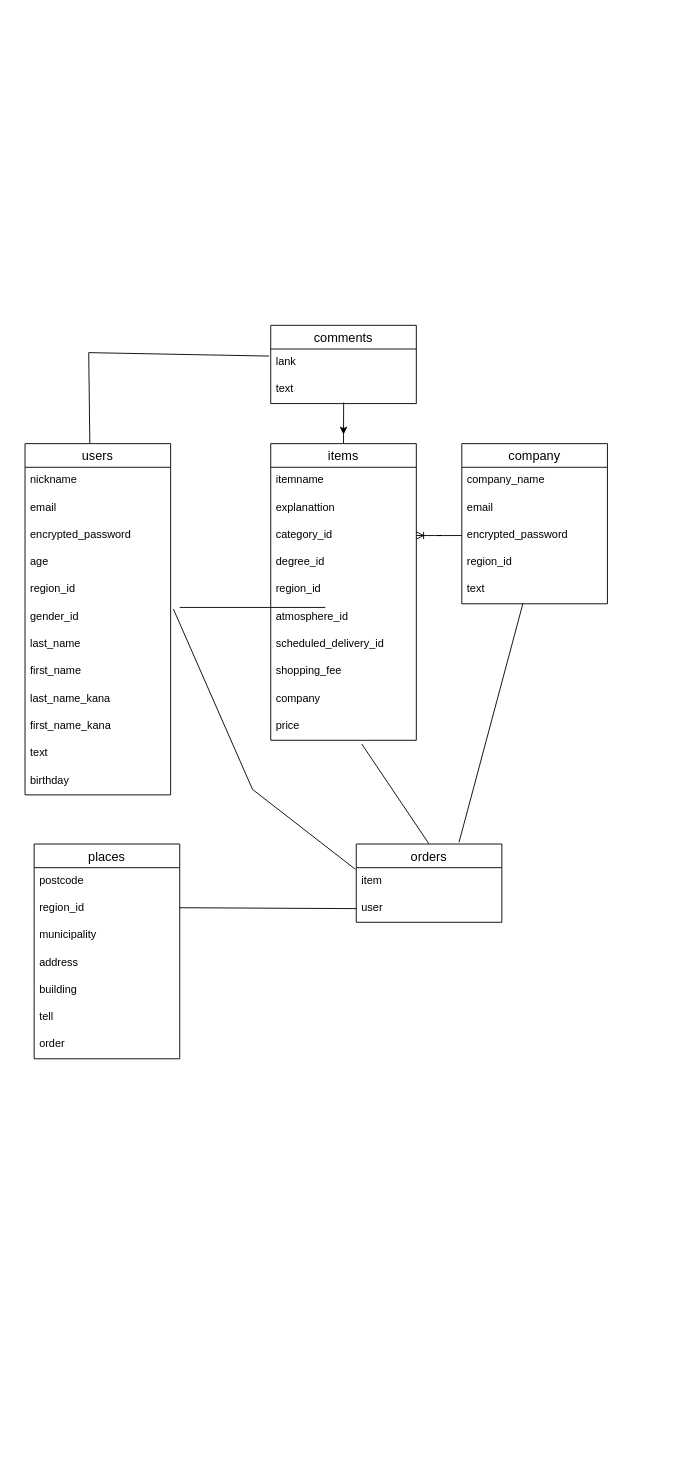
This is test.dio from marugit28/original, a draw.io file, before an edit. Source tidied: cells renumbered, new cells numbered last; positions are measured from the earlier drawing's top-left corner, leaving out a move shared by most shapes. Both pictures are drawn from the tidied source at 91%, with x=0, y=0 at pixel (25, 325).
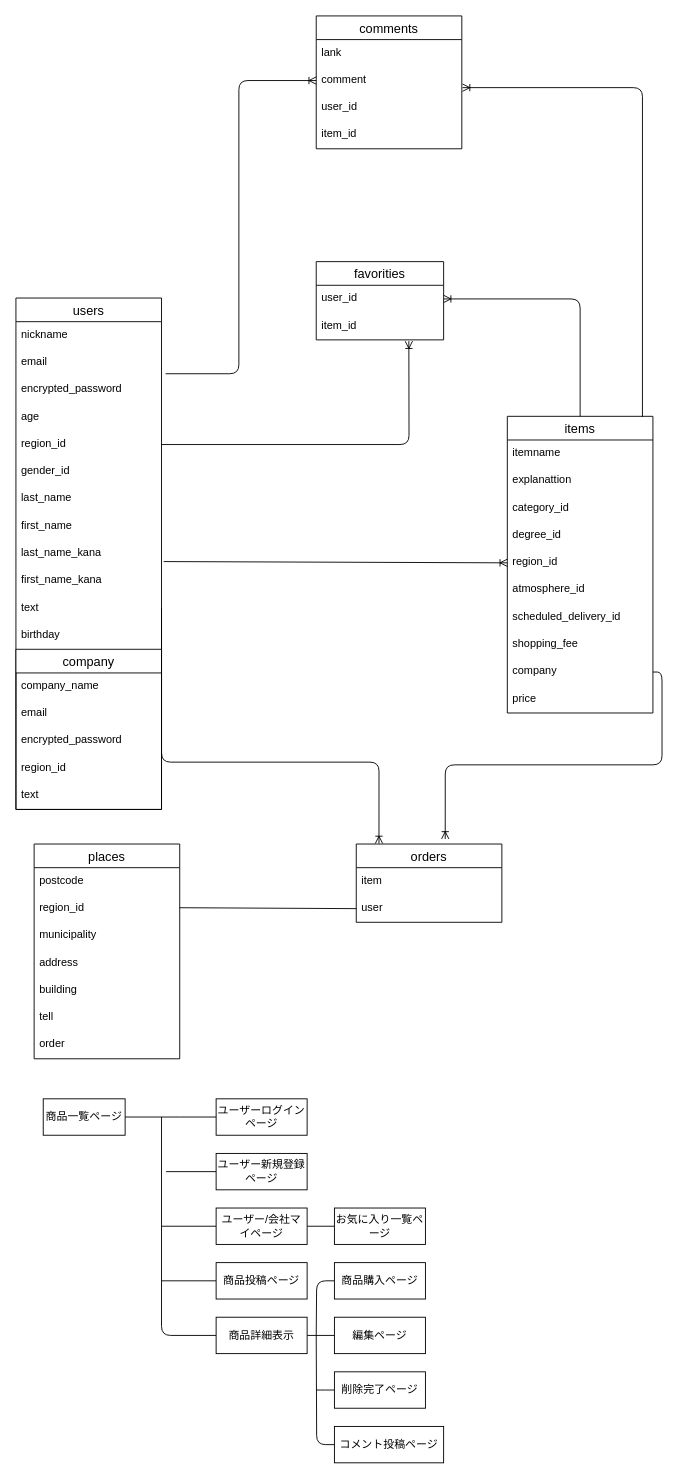
After the change.

Unchanged cells that the change refers to:
```xml
<mxCell id="6" value="category_id" style="text;strokeColor=none;fillColor=none;spacingLeft=4;spacingRight=4;overflow=hidden;points=[[0,0.5],[1,0.5]];portConstraint=eastwest;fontSize=12;" parent="3" vertex="1">
  <mxGeometry y="86" width="160" height="30" as="geometry" />
</mxCell>
<mxCell id="8" value="region_id" style="text;strokeColor=none;fillColor=none;spacingLeft=4;spacingRight=4;overflow=hidden;points=[[0,0.5],[1,0.5]];portConstraint=eastwest;fontSize=12;" parent="3" vertex="1">
  <mxGeometry y="146" width="160" height="30" as="geometry" />
</mxCell>
<mxCell id="12" value="company" style="text;strokeColor=none;fillColor=none;spacingLeft=4;spacingRight=4;overflow=hidden;points=[[0,0.5],[1,0.5]];portConstraint=eastwest;fontSize=12;" parent="3" vertex="1">
  <mxGeometry y="266" width="160" height="30" as="geometry" />
</mxCell>
<mxCell id="13" value="price" style="text;strokeColor=none;fillColor=none;spacingLeft=4;spacingRight=4;overflow=hidden;points=[[0,0.5],[1,0.5]];portConstraint=eastwest;fontSize=12;" parent="3" vertex="1">
  <mxGeometry y="296" width="160" height="30" as="geometry" />
</mxCell>
<mxCell id="24" value="email" style="text;strokeColor=none;fillColor=none;spacingLeft=4;spacingRight=4;overflow=hidden;points=[[0,0.5],[1,0.5]];portConstraint=eastwest;fontSize=12;" parent="22" vertex="1">
  <mxGeometry y="56" width="160" height="30" as="geometry" />
</mxCell>
<mxCell id="27" value="region_id&#10;" style="text;strokeColor=none;fillColor=none;spacingLeft=4;spacingRight=4;overflow=hidden;points=[[0,0.5],[1,0.5]];portConstraint=eastwest;fontSize=12;" parent="22" vertex="1">
  <mxGeometry y="146" width="160" height="30" as="geometry" />
</mxCell>
<mxCell id="28" value="gender_id" style="text;strokeColor=none;fillColor=none;spacingLeft=4;spacingRight=4;overflow=hidden;points=[[0,0.5],[1,0.5]];portConstraint=eastwest;fontSize=12;" parent="22" vertex="1">
  <mxGeometry y="176" width="160" height="30" as="geometry" />
</mxCell>
<mxCell id="31" value="last_name_kana" style="text;strokeColor=none;fillColor=none;spacingLeft=4;spacingRight=4;overflow=hidden;points=[[0,0.5],[1,0.5]];portConstraint=eastwest;fontSize=12;" parent="22" vertex="1">
  <mxGeometry y="266" width="160" height="30" as="geometry" />
</mxCell>
<mxCell id="33" value="text" style="text;strokeColor=none;fillColor=none;spacingLeft=4;spacingRight=4;overflow=hidden;points=[[0,0.5],[1,0.5]];portConstraint=eastwest;fontSize=12;" parent="22" vertex="1">
  <mxGeometry y="326" width="160" height="30" as="geometry" />
</mxCell>
<mxCell id="41" value="encrypted_password" style="text;strokeColor=none;fillColor=none;spacingLeft=4;spacingRight=4;overflow=hidden;points=[[0,0.5],[1,0.5]];portConstraint=eastwest;fontSize=12;" parent="38" vertex="1">
  <mxGeometry y="86" width="160" height="30" as="geometry" />
</mxCell>
<mxCell id="43" value="text" style="text;strokeColor=none;fillColor=none;spacingLeft=4;spacingRight=4;overflow=hidden;points=[[0,0.5],[1,0.5]];portConstraint=eastwest;fontSize=12;" parent="38" vertex="1">
  <mxGeometry y="146" width="160" height="30" as="geometry" />
</mxCell>
<mxCell id="50" value="lank" style="text;strokeColor=none;fillColor=none;spacingLeft=4;spacingRight=4;overflow=hidden;points=[[0,0.5],[1,0.5]];portConstraint=eastwest;fontSize=12;" parent="49" vertex="1">
  <mxGeometry y="26" width="160" height="30" as="geometry" />
</mxCell>
```

Diff of the diagram source:
```diff
@@
-    <mxCell id="2" style="edgeStyle=none;html=1;" parent="1" edge="1" source="3">
-      <mxGeometry relative="1" as="geometry">
-        <mxPoint x="350" y="120" as="targetPoint" />
-        <Array as="points">
-          <mxPoint x="350" y="110" />
-        </Array>
-      </mxGeometry>
-    </mxCell>
     <mxCell id="3" value="items" style="swimlane;fontStyle=0;horizontal=1;startSize=26;align=center;fontSize=14;" parent="1" vertex="1">
-      <mxGeometry x="270" y="130" width="160" height="326" as="geometry" />
+      <mxGeometry x="530" y="100" width="160" height="326" as="geometry" />
     </mxCell>
@@
     <mxCell id="22" value="users" style="swimlane;fontStyle=0;horizontal=1;startSize=26;align=center;fontSize=14;" parent="1" vertex="1">
-      <mxGeometry y="130" width="160" height="386" as="geometry" />
+      <mxGeometry x="-10" y="-30" width="160" height="562" as="geometry" />
     </mxCell>
@@
-    <mxCell id="35" value="orders" style="swimlane;fontStyle=0;horizontal=1;startSize=26;align=center;fontSize=14;" parent="1" vertex="1">
-      <mxGeometry x="364" y="570" width="160" height="86" as="geometry" />
-    </mxCell>
-    <mxCell id="36" value="item" style="text;strokeColor=none;fillColor=none;spacingLeft=4;spacingRight=4;overflow=hidden;points=[[0,0.5],[1,0.5]];portConstraint=eastwest;fontSize=12;" parent="35" vertex="1">
-      <mxGeometry y="26" width="160" height="30" as="geometry" />
-    </mxCell>
-    <mxCell id="37" value="user" style="text;strokeColor=none;fillColor=none;spacingLeft=4;spacingRight=4;overflow=hidden;points=[[0,0.5],[1,0.5]];portConstraint=eastwest;fontSize=12;" parent="35" vertex="1">
-      <mxGeometry y="56" width="160" height="30" as="geometry" />
-    </mxCell>
-    <mxCell id="38" value="company" style="swimlane;fontStyle=0;horizontal=1;startSize=26;align=center;fontSize=14;" parent="1" vertex="1">
-      <mxGeometry x="480" y="130" width="160" height="176" as="geometry" />
+    <mxCell id="38" value="company" style="swimlane;fontStyle=0;horizontal=1;startSize=26;align=center;fontSize=14;" parent="22" vertex="1">
+      <mxGeometry y="386" width="160" height="176" as="geometry" />
     </mxCell>
@@
+    <mxCell id="35" value="orders" style="swimlane;fontStyle=0;horizontal=1;startSize=26;align=center;fontSize=14;" parent="1" vertex="1">
+      <mxGeometry x="364" y="570" width="160" height="86" as="geometry" />
+    </mxCell>
+    <mxCell id="36" value="item" style="text;strokeColor=none;fillColor=none;spacingLeft=4;spacingRight=4;overflow=hidden;points=[[0,0.5],[1,0.5]];portConstraint=eastwest;fontSize=12;" parent="35" vertex="1">
+      <mxGeometry y="26" width="160" height="30" as="geometry" />
+    </mxCell>
+    <mxCell id="37" value="user" style="text;strokeColor=none;fillColor=none;spacingLeft=4;spacingRight=4;overflow=hidden;points=[[0,0.5],[1,0.5]];portConstraint=eastwest;fontSize=12;" parent="35" vertex="1">
+      <mxGeometry y="56" width="160" height="30" as="geometry" />
+    </mxCell>
-    <mxCell id="44" style="edgeStyle=entityRelationEdgeStyle;fontSize=12;html=1;endArrow=ERoneToMany;exitX=0;exitY=0.5;exitDx=0;exitDy=0;entryX=1;entryY=0.5;entryDx=0;entryDy=0;" parent="1" edge="1" source="41" target="6">
+    <mxCell id="44" style="fontSize=12;html=1;endArrow=ERoneToMany;exitX=1.015;exitY=0.787;exitDx=0;exitDy=0;entryX=0;entryY=0.5;entryDx=0;entryDy=0;exitPerimeter=0;" parent="1" edge="1" source="31" target="8">
       <mxGeometry relative="1" as="geometry" />
     </mxCell>
@@
-    <mxCell id="46" style="endArrow=none;html=1;rounded=0;entryX=0.5;entryY=0;entryDx=0;entryDy=0;exitX=0.625;exitY=1.133;exitDx=0;exitDy=0;exitPerimeter=0;" parent="1" edge="1" source="13" target="35">
-      <mxGeometry relative="1" as="geometry" />
-    </mxCell>
-    <mxCell id="47" style="endArrow=none;html=1;rounded=0;exitX=1.019;exitY=0.193;exitDx=0;exitDy=0;exitPerimeter=0;entryX=-0.006;entryY=0.06;entryDx=0;entryDy=0;entryPerimeter=0;" parent="1" edge="1" source="28" target="36">
-      <mxGeometry relative="1" as="geometry">
-        <Array as="points">
-          <mxPoint x="250" y="510" />
-        </Array>
-      </mxGeometry>
-    </mxCell>
-    <mxCell id="48" style="endArrow=none;html=1;rounded=0;exitX=0.419;exitY=1;exitDx=0;exitDy=0;exitPerimeter=0;entryX=0.706;entryY=-0.023;entryDx=0;entryDy=0;entryPerimeter=0;" parent="1" edge="1" source="43" target="35">
-      <mxGeometry relative="1" as="geometry" />
-    </mxCell>
     <mxCell id="49" value="comments" style="swimlane;fontStyle=0;horizontal=1;startSize=26;align=center;fontSize=14;" parent="1" vertex="1">
-      <mxGeometry x="270" width="160" height="86" as="geometry" />
+      <mxGeometry x="320" y="-340" width="160" height="146" as="geometry" />
     </mxCell>
@@
-    <mxCell id="51" value="text" style="text;strokeColor=none;fillColor=none;spacingLeft=4;spacingRight=4;overflow=hidden;points=[[0,0.5],[1,0.5]];portConstraint=eastwest;fontSize=12;" parent="49" vertex="1">
+    <mxCell id="51" value="comment" style="text;strokeColor=none;fillColor=none;spacingLeft=4;spacingRight=4;overflow=hidden;points=[[0,0.5],[1,0.5]];portConstraint=eastwest;fontSize=12;" parent="49" vertex="1">
       <mxGeometry y="56" width="160" height="30" as="geometry" />
     </mxCell>
-    <mxCell id="52" style="endArrow=none;html=1;rounded=0;" parent="1" edge="1">
-      <mxGeometry relative="1" as="geometry">
-        <mxPoint x="170" y="310" as="sourcePoint" />
-        <mxPoint x="330" y="310" as="targetPoint" />
-      </mxGeometry>
-    </mxCell>
-    <mxCell id="53" style="endArrow=none;html=1;rounded=0;exitX=0.445;exitY=-0.001;exitDx=0;exitDy=0;exitPerimeter=0;entryX=-0.011;entryY=0.26;entryDx=0;entryDy=0;entryPerimeter=0;" parent="1" edge="1" source="22" target="50">
-      <mxGeometry relative="1" as="geometry">
-        <Array as="points">
-          <mxPoint x="70" y="30" />
-        </Array>
-      </mxGeometry>
-    </mxCell>
-    <mxCell id="54" style="endArrow=none;html=1;rounded=0;exitX=0.501;exitY=0.96;exitDx=0;exitDy=0;exitPerimeter=0;" parent="1" edge="1" source="51">
-      <mxGeometry relative="1" as="geometry">
-        <mxPoint x="350" y="120" as="targetPoint" />
-      </mxGeometry>
-    </mxCell>
+    <mxCell id="55" value="user_id" style="text;strokeColor=none;fillColor=none;spacingLeft=4;spacingRight=4;overflow=hidden;fontSize=12;" parent="49" vertex="1">
+      <mxGeometry y="86" width="160" height="30" as="geometry" />
+    </mxCell>
+    <mxCell id="56" value="item_id" style="text;strokeColor=none;fillColor=none;spacingLeft=4;spacingRight=4;overflow=hidden;fontSize=12;" parent="49" vertex="1">
+      <mxGeometry y="116" width="160" height="30" as="geometry" />
+    </mxCell>
+    <mxCell id="57" style="fontSize=12;html=1;endArrow=ERoneToMany;entryX=0;entryY=0.5;entryDx=0;entryDy=0;edgeStyle=orthogonalEdgeStyle;exitX=1.028;exitY=0.907;exitDx=0;exitDy=0;exitPerimeter=0;" parent="1" edge="1" source="24" target="51">
+      <mxGeometry relative="1" as="geometry" />
+    </mxCell>
+    <mxCell id="58" style="fontSize=12;html=1;endArrow=ERoneToMany;exitX=0.928;exitY=0.002;exitDx=0;exitDy=0;exitPerimeter=0;entryX=1.005;entryY=0.76;entryDx=0;entryDy=0;entryPerimeter=0;edgeStyle=orthogonalEdgeStyle;" parent="1" edge="1" source="3" target="51">
+      <mxGeometry relative="1" as="geometry" />
+    </mxCell>
+    <mxCell id="59" style="fontSize=12;html=1;endArrow=ERoneToMany;exitX=1;exitY=0.5;exitDx=0;exitDy=0;edgeStyle=orthogonalEdgeStyle;entryX=0.156;entryY=-0.007;entryDx=0;entryDy=0;entryPerimeter=0;" parent="1" edge="1" source="33" target="35">
+      <mxGeometry relative="1" as="geometry">
+        <Array as="points">
+          <mxPoint x="150" y="480" />
+          <mxPoint x="389" y="480" />
+        </Array>
+      </mxGeometry>
+    </mxCell>
+    <mxCell id="60" style="fontSize=12;html=1;endArrow=ERoneToMany;exitX=1;exitY=0.5;exitDx=0;exitDy=0;entryX=0.611;entryY=-0.065;entryDx=0;entryDy=0;entryPerimeter=0;edgeStyle=orthogonalEdgeStyle;" parent="1" edge="1" source="12" target="35">
+      <mxGeometry relative="1" as="geometry" />
+    </mxCell>
+    <mxCell id="61" style="edgeStyle=orthogonalEdgeStyle;html=1;startArrow=none;startFill=0;endArrow=none;endFill=0;exitX=0;exitY=0.5;exitDx=0;exitDy=0;" parent="1" edge="1" source="62">
+      <mxGeometry relative="1" as="geometry">
+        <mxPoint x="320" y="1110" as="targetPoint" />
+      </mxGeometry>
+    </mxCell>
+    <mxCell id="62" value="商品購入ページ" style="whiteSpace=wrap;html=1;align=center;" parent="1" vertex="1">
+      <mxGeometry x="340" y="1030" width="100" height="40" as="geometry" />
+    </mxCell>
+    <mxCell id="63" style="edgeStyle=orthogonalEdgeStyle;html=1;startArrow=none;startFill=0;endArrow=none;endFill=0;" parent="1" edge="1" source="64">
+      <mxGeometry relative="1" as="geometry">
+        <mxPoint x="320" y="1110" as="targetPoint" />
+      </mxGeometry>
+    </mxCell>
+    <mxCell id="64" value="コメント投稿ページ" style="whiteSpace=wrap;html=1;align=center;" parent="1" vertex="1">
+      <mxGeometry x="340" y="1210" width="120" height="40" as="geometry" />
+    </mxCell>
+    <mxCell id="65" style="edgeStyle=orthogonalEdgeStyle;html=1;exitX=0;exitY=0.5;exitDx=0;exitDy=0;startArrow=none;startFill=0;endArrow=none;endFill=0;" parent="1" edge="1" source="66">
+      <mxGeometry relative="1" as="geometry">
+        <mxPoint x="320" y="1170" as="targetPoint" />
+      </mxGeometry>
+    </mxCell>
+    <mxCell id="66" value="削除完了ページ" style="whiteSpace=wrap;html=1;align=center;" parent="1" vertex="1">
+      <mxGeometry x="340" y="1150" width="100" height="40" as="geometry" />
+    </mxCell>
+    <mxCell id="67" style="edgeStyle=none;html=1;entryX=1;entryY=0.5;entryDx=0;entryDy=0;startArrow=none;startFill=0;endArrow=none;endFill=0;" parent="1" edge="1" source="68" target="77">
+      <mxGeometry relative="1" as="geometry" />
+    </mxCell>
+    <mxCell id="68" value="編集ページ" style="whiteSpace=wrap;html=1;align=center;" parent="1" vertex="1">
+      <mxGeometry x="340" y="1090" width="100" height="40" as="geometry" />
+    </mxCell>
+    <mxCell id="69" style="edgeStyle=none;html=1;entryX=1;entryY=0.5;entryDx=0;entryDy=0;startArrow=none;startFill=0;endArrow=none;endFill=0;" parent="1" edge="1" source="70" target="72">
+      <mxGeometry relative="1" as="geometry" />
+    </mxCell>
+    <mxCell id="70" value="お気に入り一覧ページ" style="whiteSpace=wrap;html=1;align=center;" parent="1" vertex="1">
+      <mxGeometry x="340" y="970" width="100" height="40" as="geometry" />
+    </mxCell>
+    <mxCell id="71" style="edgeStyle=none;html=1;startArrow=none;startFill=0;endArrow=none;endFill=0;" parent="1" edge="1" source="72">
+      <mxGeometry relative="1" as="geometry">
+        <mxPoint x="150" y="990" as="targetPoint" />
+      </mxGeometry>
+    </mxCell>
+    <mxCell id="72" value="ユーザー/会社マイページ" style="whiteSpace=wrap;html=1;align=center;" parent="1" vertex="1">
+      <mxGeometry x="210" y="970" width="100" height="40" as="geometry" />
+    </mxCell>
+    <mxCell id="73" style="edgeStyle=none;html=1;entryX=0.75;entryY=0;entryDx=0;entryDy=0;startArrow=none;startFill=0;endArrow=none;endFill=0;" parent="1" edge="1" source="74">
+      <mxGeometry relative="1" as="geometry">
+        <mxPoint x="155" y="930" as="targetPoint" />
+      </mxGeometry>
+    </mxCell>
+    <mxCell id="74" value="ユーザー新規登録ページ" style="whiteSpace=wrap;html=1;align=center;" parent="1" vertex="1">
+      <mxGeometry x="210" y="910" width="100" height="40" as="geometry" />
+    </mxCell>
+    <mxCell id="75" value="ユーザーログインページ" style="whiteSpace=wrap;html=1;align=center;" parent="1" vertex="1">
+      <mxGeometry x="210" y="850" width="100" height="40" as="geometry" />
+    </mxCell>
+    <mxCell id="76" style="edgeStyle=none;html=1;exitX=0;exitY=0.5;exitDx=0;exitDy=0;startArrow=none;startFill=0;endArrow=none;endFill=0;" parent="1" edge="1" source="77">
+      <mxGeometry relative="1" as="geometry">
+        <mxPoint x="150" y="870" as="targetPoint" />
+        <Array as="points">
+          <mxPoint x="150" y="1110" />
+        </Array>
+      </mxGeometry>
+    </mxCell>
+    <mxCell id="77" value="商品詳細表示" style="whiteSpace=wrap;html=1;align=center;" parent="1" vertex="1">
+      <mxGeometry x="210" y="1090" width="100" height="40" as="geometry" />
+    </mxCell>
+    <mxCell id="78" style="edgeStyle=none;html=1;startArrow=none;startFill=0;endArrow=none;endFill=0;" parent="1" edge="1" source="79">
+      <mxGeometry relative="1" as="geometry">
+        <mxPoint x="150" y="1050" as="targetPoint" />
+      </mxGeometry>
+    </mxCell>
+    <mxCell id="79" value="商品投稿ページ" style="whiteSpace=wrap;html=1;align=center;" parent="1" vertex="1">
+      <mxGeometry x="210" y="1030" width="100" height="40" as="geometry" />
+    </mxCell>
+    <mxCell id="80" style="html=1;entryX=0;entryY=0.5;entryDx=0;entryDy=0;startArrow=none;startFill=0;endArrow=none;endFill=0;" parent="1" edge="1" source="81" target="75">
+      <mxGeometry relative="1" as="geometry">
+        <Array as="points">
+          <mxPoint x="160" y="870" />
+        </Array>
+      </mxGeometry>
+    </mxCell>
+    <mxCell id="81" value="商品一覧ページ" style="whiteSpace=wrap;html=1;align=center;" parent="1" vertex="1">
+      <mxGeometry x="20" y="850" width="90" height="40" as="geometry" />
+    </mxCell>
+    <mxCell id="82" style="edgeStyle=orthogonalEdgeStyle;html=1;entryX=0.5;entryY=0;entryDx=0;entryDy=0;endArrow=none;endFill=0;startArrow=ERoneToMany;startFill=0;exitX=1;exitY=0.5;exitDx=0;exitDy=0;" parent="1" edge="1" source="84" target="3">
+      <mxGeometry relative="1" as="geometry" />
+    </mxCell>
+    <mxCell id="83" value="favorities" style="swimlane;fontStyle=0;horizontal=1;startSize=26;align=center;fontSize=14;" parent="1" vertex="1">
+      <mxGeometry x="320" y="-70" width="140" height="86" as="geometry" />
+    </mxCell>
+    <mxCell id="84" value="user_id" style="text;strokeColor=none;fillColor=none;spacingLeft=4;spacingRight=4;overflow=hidden;points=[[0,0.5],[1,0.5]];portConstraint=eastwest;fontSize=12;" parent="83" vertex="1">
+      <mxGeometry y="26" width="140" height="30" as="geometry" />
+    </mxCell>
+    <mxCell id="85" value="item_id" style="text;strokeColor=none;fillColor=none;spacingLeft=4;spacingRight=4;overflow=hidden;points=[[0,0.5],[1,0.5]];portConstraint=eastwest;fontSize=12;" parent="83" vertex="1">
+      <mxGeometry y="56" width="140" height="30" as="geometry" />
+    </mxCell>
+    <mxCell id="86" style="html=1;exitX=0.727;exitY=1.047;exitDx=0;exitDy=0;entryX=1;entryY=0.5;entryDx=0;entryDy=0;startArrow=ERoneToMany;startFill=0;endArrow=none;endFill=0;exitPerimeter=0;edgeStyle=elbowEdgeStyle;" parent="1" edge="1" source="85" target="27">
+      <mxGeometry relative="1" as="geometry">
+        <Array as="points">
+          <mxPoint x="422" y="140" />
+        </Array>
+      </mxGeometry>
+    </mxCell>
```
